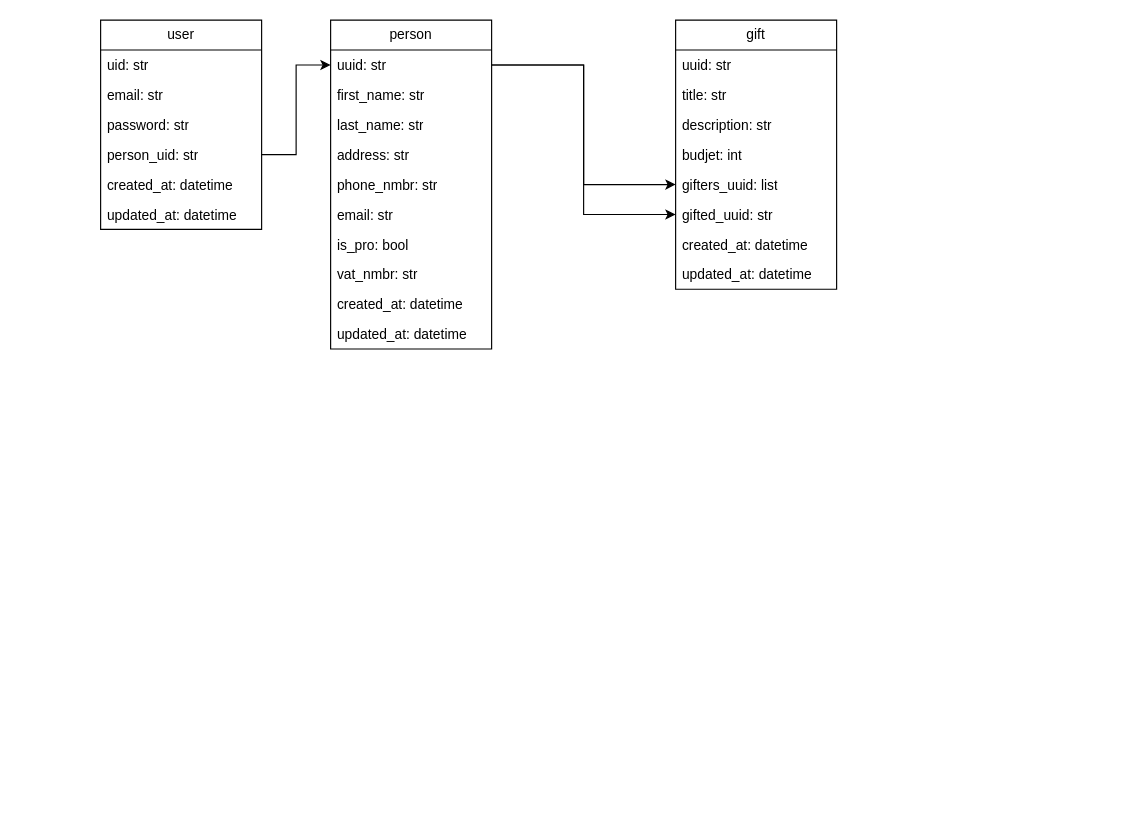
The draw.io diagram backend/db_diagram.drawio in MickyCompanie/Christmapp, before the edit. Source tidied: cells renumbered, new cells numbered last; positions are measured from the earlier drawing's top-left corner, leaving out a move shared by most shapes. Both pictures are drawn from the tidied source at 115%, with x=0, y=0 at pixel (100, 20).
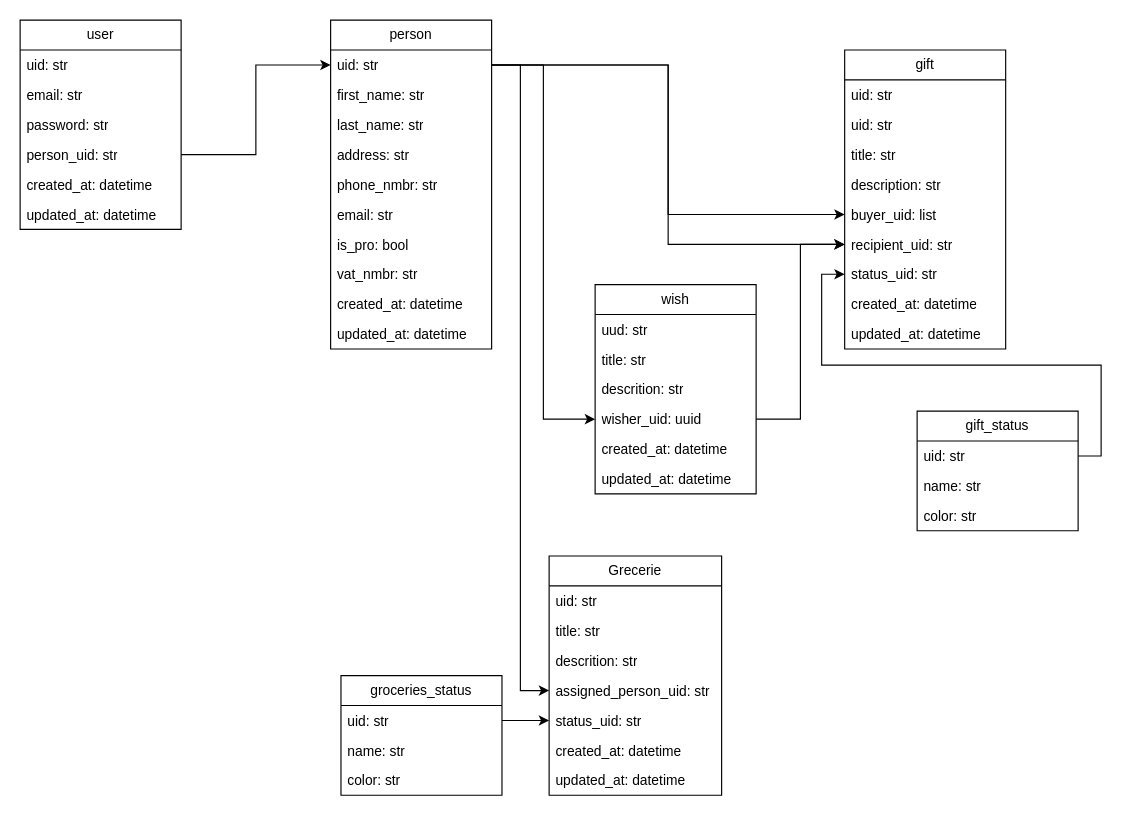
Above is the later version.

Unchanged cells that the change refers to:
```xml
<mxCell id="2" value="person" style="swimlane;fontStyle=0;horizontal=1;startSize=26;fillColor=none;whiteSpace=wrap;html=1;" parent="1" vertex="1">
  <mxGeometry x="200" width="140" height="286" as="geometry" />
</mxCell>
```

Change to the diagram source:
```diff
@@
-    <mxCell id="3" value="uuid: str" style="text;strokeColor=none;fillColor=none;align=left;verticalAlign=top;spacingLeft=4;spacingRight=4;overflow=hidden;points=[[0,0.5],[1,0.5]];portConstraint=eastwest;whiteSpace=wrap;html=1;" parent="2" vertex="1">
+    <mxCell id="3" value="uid: str" style="text;strokeColor=none;fillColor=none;align=left;verticalAlign=top;spacingLeft=4;spacingRight=4;overflow=hidden;points=[[0,0.5],[1,0.5]];portConstraint=eastwest;whiteSpace=wrap;html=1;" parent="2" vertex="1">
       <mxGeometry y="26" width="140" height="26" as="geometry" />
     </mxCell>
@@
     <mxCell id="13" value="user" style="swimlane;fontStyle=0;horizontal=1;startSize=26;fillColor=none;whiteSpace=wrap;html=1;" parent="1" vertex="1">
-      <mxGeometry width="140" height="182" as="geometry" />
+      <mxGeometry x="-70" width="140" height="182" as="geometry" />
     </mxCell>
@@
     <mxCell id="20" value="gift" style="swimlane;fontStyle=0;horizontal=1;startSize=26;fillColor=none;whiteSpace=wrap;html=1;" parent="1" vertex="1">
-      <mxGeometry x="500" width="140" height="234" as="geometry" />
+      <mxGeometry x="647" y="26" width="140" height="260" as="geometry" />
     </mxCell>
-    <mxCell id="21" value="uuid: str" style="text;strokeColor=none;fillColor=none;align=left;verticalAlign=top;spacingLeft=4;spacingRight=4;overflow=hidden;whiteSpace=wrap;html=1;" parent="20" vertex="1">
+    <mxCell id="21" value="uid: str" style="text;strokeColor=none;fillColor=none;align=left;verticalAlign=top;spacingLeft=4;spacingRight=4;overflow=hidden;whiteSpace=wrap;html=1;" parent="20" vertex="1">
       <mxGeometry y="26" width="140" height="26" as="geometry" />
     </mxCell>
+    <mxCell id="32" value="uid: str" style="text;strokeColor=none;fillColor=none;align=left;verticalAlign=top;spacingLeft=4;spacingRight=4;overflow=hidden;whiteSpace=wrap;html=1;" parent="20" vertex="1">
+      <mxGeometry y="52" width="140" height="26" as="geometry" />
+    </mxCell>
     <mxCell id="22" value="title: str" style="text;strokeColor=none;fillColor=none;align=left;verticalAlign=top;spacingLeft=4;spacingRight=4;overflow=hidden;whiteSpace=wrap;html=1;" parent="20" vertex="1">
-      <mxGeometry y="52" width="140" height="26" as="geometry" />
+      <mxGeometry y="78" width="140" height="26" as="geometry" />
     </mxCell>
     <mxCell id="23" value="description: str" style="text;strokeColor=none;fillColor=none;align=left;verticalAlign=top;spacingLeft=4;spacingRight=4;overflow=hidden;whiteSpace=wrap;html=1;" parent="20" vertex="1">
-      <mxGeometry y="78" width="140" height="26" as="geometry" />
+      <mxGeometry y="104" width="140" height="26" as="geometry" />
     </mxCell>
-    <mxCell id="24" value="budjet: int" style="text;strokeColor=none;fillColor=none;align=left;verticalAlign=top;spacingLeft=4;spacingRight=4;overflow=hidden;whiteSpace=wrap;html=1;" parent="20" vertex="1">
-      <mxGeometry y="104" width="140" height="26" as="geometry" />
-    </mxCell>
-    <mxCell id="25" value="gifters_uuid: list" style="text;strokeColor=none;fillColor=none;align=left;verticalAlign=top;spacingLeft=4;spacingRight=4;overflow=hidden;points=[[0,0.5],[1,0.5]];portConstraint=eastwest;whiteSpace=wrap;html=1;" parent="20" vertex="1">
+    <mxCell id="25" value="buyer_uid: list" style="text;strokeColor=none;fillColor=none;align=left;verticalAlign=top;spacingLeft=4;spacingRight=4;overflow=hidden;points=[[0,0.5],[1,0.5]];portConstraint=eastwest;whiteSpace=wrap;html=1;" parent="20" vertex="1">
       <mxGeometry y="130" width="140" height="26" as="geometry" />
     </mxCell>
-    <mxCell id="26" value="gifted_uuid: str" style="text;strokeColor=none;fillColor=none;align=left;verticalAlign=top;spacingLeft=4;spacingRight=4;overflow=hidden;points=[[0,0.5],[1,0.5]];portConstraint=eastwest;whiteSpace=wrap;html=1;" parent="20" vertex="1">
+    <mxCell id="26" value="recipient_uid: str" style="text;strokeColor=none;fillColor=none;align=left;verticalAlign=top;spacingLeft=4;spacingRight=4;overflow=hidden;points=[[0,0.5],[1,0.5]];portConstraint=eastwest;whiteSpace=wrap;html=1;" parent="20" vertex="1">
       <mxGeometry y="156" width="140" height="26" as="geometry" />
     </mxCell>
+    <mxCell id="33" value="status_uid: str" style="text;strokeColor=none;fillColor=none;align=left;verticalAlign=top;spacingLeft=4;spacingRight=4;overflow=hidden;points=[[0,0.5],[1,0.5]];portConstraint=eastwest;whiteSpace=wrap;html=1;" parent="20" vertex="1">
+      <mxGeometry y="182" width="140" height="26" as="geometry" />
+    </mxCell>
     <mxCell id="27" value="created_at: datetime" style="text;strokeColor=none;fillColor=none;align=left;verticalAlign=top;spacingLeft=4;spacingRight=4;overflow=hidden;whiteSpace=wrap;html=1;" parent="20" vertex="1">
-      <mxGeometry y="182" width="140" height="26" as="geometry" />
+      <mxGeometry y="208" width="140" height="26" as="geometry" />
     </mxCell>
     <mxCell id="28" value="updated_at: datetime" style="text;strokeColor=none;fillColor=none;align=left;verticalAlign=top;spacingLeft=4;spacingRight=4;overflow=hidden;whiteSpace=wrap;html=1;" parent="20" vertex="1">
-      <mxGeometry y="208" width="140" height="26" as="geometry" />
+      <mxGeometry y="234" width="140" height="26" as="geometry" />
     </mxCell>
@@
+    <mxCell id="34" value="wish" style="swimlane;fontStyle=0;horizontal=1;startSize=26;fillColor=none;whiteSpace=wrap;html=1;" parent="1" vertex="1">
+      <mxGeometry x="430" y="230" width="140" height="182" as="geometry" />
+    </mxCell>
+    <mxCell id="35" value="uud: str" style="text;strokeColor=none;fillColor=none;align=left;verticalAlign=top;spacingLeft=4;spacingRight=4;overflow=hidden;whiteSpace=wrap;html=1;" parent="34" vertex="1">
+      <mxGeometry y="26" width="140" height="26" as="geometry" />
+    </mxCell>
+    <mxCell id="36" value="title: str" style="text;strokeColor=none;fillColor=none;align=left;verticalAlign=top;spacingLeft=4;spacingRight=4;overflow=hidden;whiteSpace=wrap;html=1;" parent="34" vertex="1">
+      <mxGeometry y="52" width="140" height="26" as="geometry" />
+    </mxCell>
+    <mxCell id="37" value="descrition: str" style="text;strokeColor=none;fillColor=none;align=left;verticalAlign=top;spacingLeft=4;spacingRight=4;overflow=hidden;whiteSpace=wrap;html=1;" parent="34" vertex="1">
+      <mxGeometry y="78" width="140" height="26" as="geometry" />
+    </mxCell>
+    <mxCell id="38" value="wisher_uid: uuid" style="text;strokeColor=none;fillColor=none;align=left;verticalAlign=top;spacingLeft=4;spacingRight=4;overflow=hidden;points=[[0,0.5],[1,0.5]];portConstraint=eastwest;whiteSpace=wrap;html=1;" parent="34" vertex="1">
+      <mxGeometry y="104" width="140" height="26" as="geometry" />
+    </mxCell>
+    <mxCell id="39" value="created_at: datetime" style="text;strokeColor=none;fillColor=none;align=left;verticalAlign=top;spacingLeft=4;spacingRight=4;overflow=hidden;whiteSpace=wrap;html=1;" parent="34" vertex="1">
+      <mxGeometry y="130" width="140" height="26" as="geometry" />
+    </mxCell>
+    <mxCell id="40" value="updated_at: datetime" style="text;strokeColor=none;fillColor=none;align=left;verticalAlign=top;spacingLeft=4;spacingRight=4;overflow=hidden;whiteSpace=wrap;html=1;" parent="34" vertex="1">
+      <mxGeometry y="156" width="140" height="26" as="geometry" />
+    </mxCell>
+    <mxCell id="41" style="edgeStyle=orthogonalEdgeStyle;rounded=0;jettySize=auto;html=1;exitX=1;exitY=0.5;exitDx=0;exitDy=0;entryX=0;entryY=0.5;entryDx=0;entryDy=0;" parent="1" edge="1" source="3" target="38">
+      <mxGeometry relative="1" as="geometry" />
+    </mxCell>
+    <mxCell id="42" style="edgeStyle=orthogonalEdgeStyle;rounded=0;jettySize=auto;html=1;exitX=1;exitY=0.5;exitDx=0;exitDy=0;entryX=0;entryY=0.5;entryDx=0;entryDy=0;" parent="1" edge="1" source="38" target="26">
+      <mxGeometry relative="1" as="geometry" />
+    </mxCell>
+    <mxCell id="43" value="Grecerie" style="swimlane;fontStyle=0;horizontal=1;startSize=26;fillColor=none;whiteSpace=wrap;html=1;" parent="1" vertex="1">
+      <mxGeometry x="390" y="466" width="150" height="208" as="geometry" />
+    </mxCell>
+    <mxCell id="44" value="uid: str" style="text;strokeColor=none;fillColor=none;align=left;verticalAlign=top;spacingLeft=4;spacingRight=4;overflow=hidden;whiteSpace=wrap;html=1;" parent="43" vertex="1">
+      <mxGeometry y="26" width="150" height="26" as="geometry" />
+    </mxCell>
+    <mxCell id="45" value="title: str" style="text;strokeColor=none;fillColor=none;align=left;verticalAlign=top;spacingLeft=4;spacingRight=4;overflow=hidden;whiteSpace=wrap;html=1;" parent="43" vertex="1">
+      <mxGeometry y="52" width="150" height="26" as="geometry" />
+    </mxCell>
+    <mxCell id="46" value="descrition: str" style="text;strokeColor=none;fillColor=none;align=left;verticalAlign=top;spacingLeft=4;spacingRight=4;overflow=hidden;whiteSpace=wrap;html=1;" parent="43" vertex="1">
+      <mxGeometry y="78" width="150" height="26" as="geometry" />
+    </mxCell>
+    <mxCell id="47" value="assigned_person_uid: str" style="text;strokeColor=none;fillColor=none;align=left;verticalAlign=top;spacingLeft=4;spacingRight=4;overflow=hidden;points=[[0,0.5],[1,0.5]];portConstraint=eastwest;whiteSpace=wrap;html=1;" parent="43" vertex="1">
+      <mxGeometry y="104" width="150" height="26" as="geometry" />
+    </mxCell>
+    <mxCell id="48" value="status_uid: str" style="text;strokeColor=none;fillColor=none;align=left;verticalAlign=top;spacingLeft=4;spacingRight=4;overflow=hidden;points=[[0,0.5],[1,0.5]];portConstraint=eastwest;whiteSpace=wrap;html=1;" parent="43" vertex="1">
+      <mxGeometry y="130" width="150" height="26" as="geometry" />
+    </mxCell>
+    <mxCell id="49" value="created_at: datetime" style="text;strokeColor=none;fillColor=none;align=left;verticalAlign=top;spacingLeft=4;spacingRight=4;overflow=hidden;whiteSpace=wrap;html=1;" parent="43" vertex="1">
+      <mxGeometry y="156" width="150" height="26" as="geometry" />
+    </mxCell>
+    <mxCell id="50" value="updated_at: datetime" style="text;strokeColor=none;fillColor=none;align=left;verticalAlign=top;spacingLeft=4;spacingRight=4;overflow=hidden;whiteSpace=wrap;html=1;" parent="43" vertex="1">
+      <mxGeometry y="182" width="150" height="26" as="geometry" />
+    </mxCell>
+    <mxCell id="51" value="gift_status" style="swimlane;fontStyle=0;horizontal=1;startSize=26;fillColor=none;whiteSpace=wrap;html=1;" parent="1" vertex="1">
+      <mxGeometry x="710" y="340" width="140" height="104" as="geometry" />
+    </mxCell>
+    <mxCell id="52" value="uid: str" style="text;strokeColor=none;fillColor=none;align=left;verticalAlign=top;spacingLeft=4;spacingRight=4;overflow=hidden;points=[[0,0.5],[1,0.5]];portConstraint=eastwest;whiteSpace=wrap;html=1;" parent="51" vertex="1">
+      <mxGeometry y="26" width="140" height="26" as="geometry" />
+    </mxCell>
+    <mxCell id="53" value="name: str" style="text;strokeColor=none;fillColor=none;align=left;verticalAlign=top;spacingLeft=4;spacingRight=4;overflow=hidden;whiteSpace=wrap;html=1;" parent="51" vertex="1">
+      <mxGeometry y="52" width="140" height="26" as="geometry" />
+    </mxCell>
+    <mxCell id="54" value="color: str" style="text;strokeColor=none;fillColor=none;align=left;verticalAlign=top;spacingLeft=4;spacingRight=4;overflow=hidden;whiteSpace=wrap;html=1;" parent="51" vertex="1">
+      <mxGeometry y="78" width="140" height="26" as="geometry" />
+    </mxCell>
+    <mxCell id="55" value="groceries_status" style="swimlane;fontStyle=0;horizontal=1;startSize=26;fillColor=none;whiteSpace=wrap;html=1;" parent="1" vertex="1">
+      <mxGeometry x="209" y="570" width="140" height="104" as="geometry" />
+    </mxCell>
+    <mxCell id="56" value="uid: str" style="text;strokeColor=none;fillColor=none;align=left;verticalAlign=top;spacingLeft=4;spacingRight=4;overflow=hidden;points=[[0,0.5],[1,0.5]];portConstraint=eastwest;whiteSpace=wrap;html=1;" parent="55" vertex="1">
+      <mxGeometry y="26" width="140" height="26" as="geometry" />
+    </mxCell>
+    <mxCell id="57" value="name: str" style="text;strokeColor=none;fillColor=none;align=left;verticalAlign=top;spacingLeft=4;spacingRight=4;overflow=hidden;whiteSpace=wrap;html=1;" parent="55" vertex="1">
+      <mxGeometry y="52" width="140" height="26" as="geometry" />
+    </mxCell>
+    <mxCell id="58" value="color: str" style="text;strokeColor=none;fillColor=none;align=left;verticalAlign=top;spacingLeft=4;spacingRight=4;overflow=hidden;whiteSpace=wrap;html=1;" parent="55" vertex="1">
+      <mxGeometry y="78" width="140" height="26" as="geometry" />
+    </mxCell>
+    <mxCell id="59" style="edgeStyle=orthogonalEdgeStyle;rounded=0;jettySize=auto;html=1;exitX=1;exitY=0.5;exitDx=0;exitDy=0;entryX=0;entryY=0.5;entryDx=0;entryDy=0;" parent="1" edge="1" source="56" target="48">
+      <mxGeometry relative="1" as="geometry" />
+    </mxCell>
+    <mxCell id="60" style="edgeStyle=orthogonalEdgeStyle;rounded=0;jettySize=auto;html=1;exitX=1;exitY=0.5;exitDx=0;exitDy=0;entryX=0;entryY=0.5;entryDx=0;entryDy=0;" parent="1" edge="1" source="52" target="33">
+      <mxGeometry relative="1" as="geometry" />
+    </mxCell>
+    <mxCell id="61" style="edgeStyle=orthogonalEdgeStyle;rounded=0;jettySize=auto;html=1;exitX=1;exitY=0.5;exitDx=0;exitDy=0;" parent="1" edge="1" source="3" target="47">
+      <mxGeometry relative="1" as="geometry" />
+    </mxCell>
```
